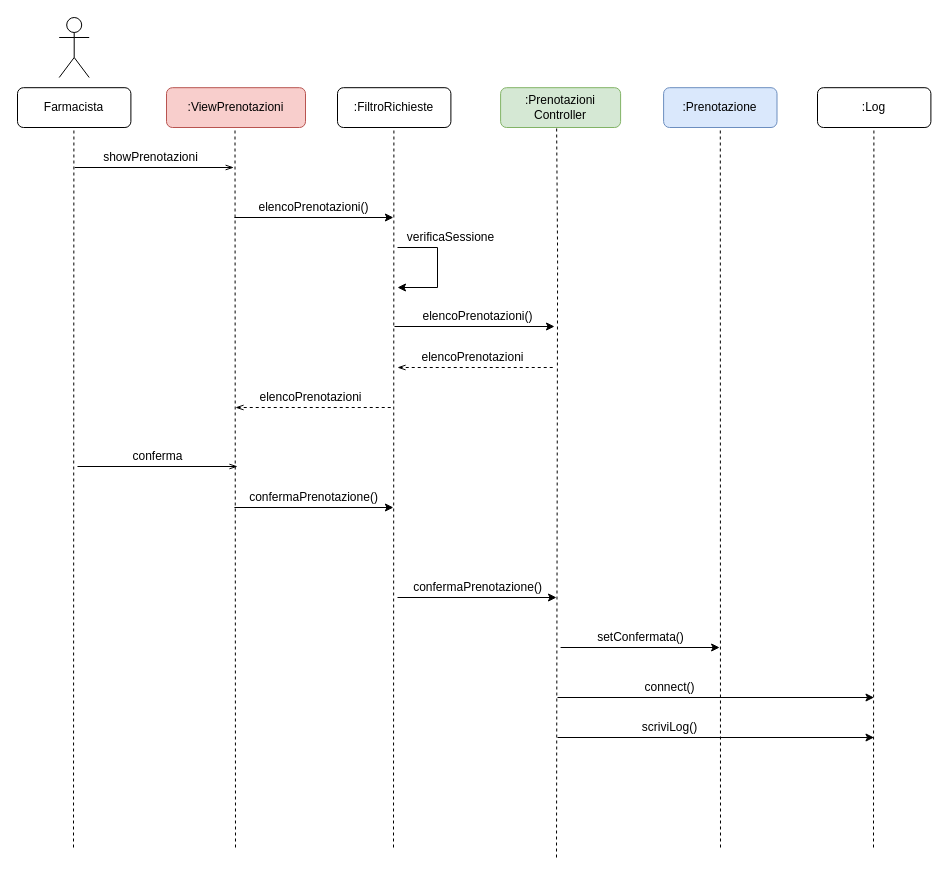
This is page "ConfermaPrenotazione" (4 of 6) of drawio/ArchitetturaLogicaProgettazione.drawio from lnwor/farmabyte-doc, a draw.io file, before an edit. Source tidied: cells renumbered, new cells numbered last; positions are measured from the earlier drawing's top-left corner, leaving out a move shared by most shapes. Both pictures are drawn from the tidied source at 100%, with x=0, y=0 at pixel (17, 17).
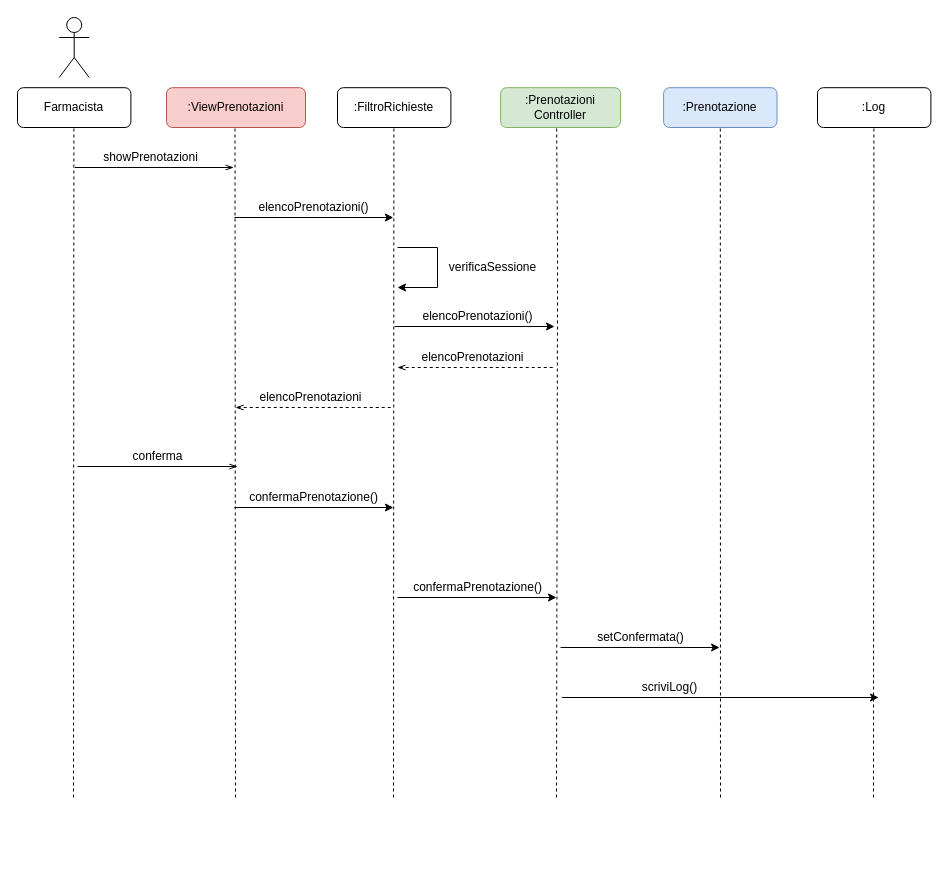
The same page after the edit.

The change refers to these unchanged cells:
```xml
<mxCell id="5" value=":Prenotazioni Controller" style="rounded=1;whiteSpace=wrap;html=1;fillColor=#d5e8d4;strokeColor=#82b366;" parent="1" vertex="1">
  <mxGeometry x="483.1" y="70.2" width="120" height="39.8" as="geometry" />
</mxCell>
<mxCell id="10" value=":Prenotazione" style="rounded=1;whiteSpace=wrap;html=1;fillColor=#dae8fc;strokeColor=#6c8ebf;" parent="1" vertex="1">
  <mxGeometry x="646.1" y="70.2" width="113.4" height="39.8" as="geometry" />
</mxCell>
```

Change to the diagram source:
```diff
@@
     <mxCell id="7" style="endArrow=none;dashed=1;html=1;entryX=0.5;entryY=1;entryDx=0;entryDy=0;" parent="1" edge="1">
       <mxGeometry relative="1" as="geometry">
-        <mxPoint x="56" y="830" as="sourcePoint" />
+        <mxPoint x="56" y="780" as="sourcePoint" />
         <mxPoint x="56.4" y="110" as="targetPoint" />
       </mxGeometry>
     </mxCell>
     <mxCell id="8" style="endArrow=none;dashed=1;html=1;entryX=0.5;entryY=1;entryDx=0;entryDy=0;" parent="1" edge="1">
       <mxGeometry relative="1" as="geometry">
-        <mxPoint x="218" y="830" as="sourcePoint" />
+        <mxPoint x="218" y="780" as="sourcePoint" />
         <mxPoint x="217.5" y="110" as="targetPoint" />
       </mxGeometry>
     </mxCell>
     <mxCell id="9" style="endArrow=none;dashed=1;html=1;entryX=0.467;entryY=1.023;entryDx=0;entryDy=0;entryPerimeter=0;" parent="1" edge="1" target="5">
       <mxGeometry relative="1" as="geometry">
-        <mxPoint x="539" y="840" as="sourcePoint" />
+        <mxPoint x="539" y="780" as="sourcePoint" />
         <Array as="points">
           <mxPoint x="540.1" y="240" />
         </Array>
       </mxGeometry>
     </mxCell>
@@
     <mxCell id="14" style="endArrow=none;dashed=1;html=1;entryX=0.5;entryY=1;entryDx=0;entryDy=0;" parent="1" edge="1" target="10">
       <mxGeometry relative="1" as="geometry">
-        <mxPoint x="703" y="830" as="sourcePoint" />
+        <mxPoint x="703" y="780" as="sourcePoint" />
       </mxGeometry>
     </mxCell>
@@
     <mxCell id="23" style="endArrow=none;dashed=1;html=1;entryX=0.5;entryY=1;entryDx=0;entryDy=0;" parent="1" edge="1">
       <mxGeometry relative="1" as="geometry">
-        <mxPoint x="376" y="830" as="sourcePoint" />
+        <mxPoint x="376" y="780" as="sourcePoint" />
         <mxPoint x="376.4" y="110" as="targetPoint" />
       </mxGeometry>
     </mxCell>
@@
     <mxCell id="25" value="verificaSessione" style="text;html=1;align=center;verticalAlign=middle;strokeColor=none;" parent="1" vertex="1">
-      <mxGeometry x="383.1" y="210" width="100" height="20" as="geometry" />
+      <mxGeometry x="424.5" y="240" width="100" height="20" as="geometry" />
     </mxCell>
@@
     <mxCell id="33" style="endArrow=none;dashed=1;html=1;entryX=0.5;entryY=1;entryDx=0;entryDy=0;" parent="1" edge="1">
       <mxGeometry relative="1" as="geometry">
-        <mxPoint x="856" y="830" as="sourcePoint" />
+        <mxPoint x="856" y="780" as="sourcePoint" />
         <mxPoint x="856.4" y="110" as="targetPoint" />
       </mxGeometry>
     </mxCell>
@@
-    <mxCell id="35" style="endArrow=classic;html=1;" parent="1" edge="1">
-      <mxGeometry relative="1" as="geometry">
-        <mxPoint x="540" y="680" as="sourcePoint" />
-        <mxPoint x="856.5" y="680" as="targetPoint" />
-      </mxGeometry>
-    </mxCell>
-    <mxCell id="36" value="connect()" style="text;html=1;align=center;verticalAlign=middle;strokeColor=none;" parent="1" vertex="1">
-      <mxGeometry x="616.5" y="660" width="70" height="20" as="geometry" />
-    </mxCell>
     <mxCell id="37" style="endArrow=classic;html=1;" parent="1" edge="1">
       <mxGeometry relative="1" as="geometry">
-        <mxPoint x="540" y="720" as="sourcePoint" />
-        <mxPoint x="856.5" y="720" as="targetPoint" />
+        <mxPoint x="544.6" y="680" as="sourcePoint" />
+        <mxPoint x="861.1" y="680" as="targetPoint" />
       </mxGeometry>
     </mxCell>
     <mxCell id="38" value="scriviLog()" style="text;html=1;align=center;verticalAlign=middle;strokeColor=none;" parent="1" vertex="1">
-      <mxGeometry x="616.5" y="700" width="70" height="20" as="geometry" />
+      <mxGeometry x="616.5" y="660" width="70" height="20" as="geometry" />
     </mxCell>
```
